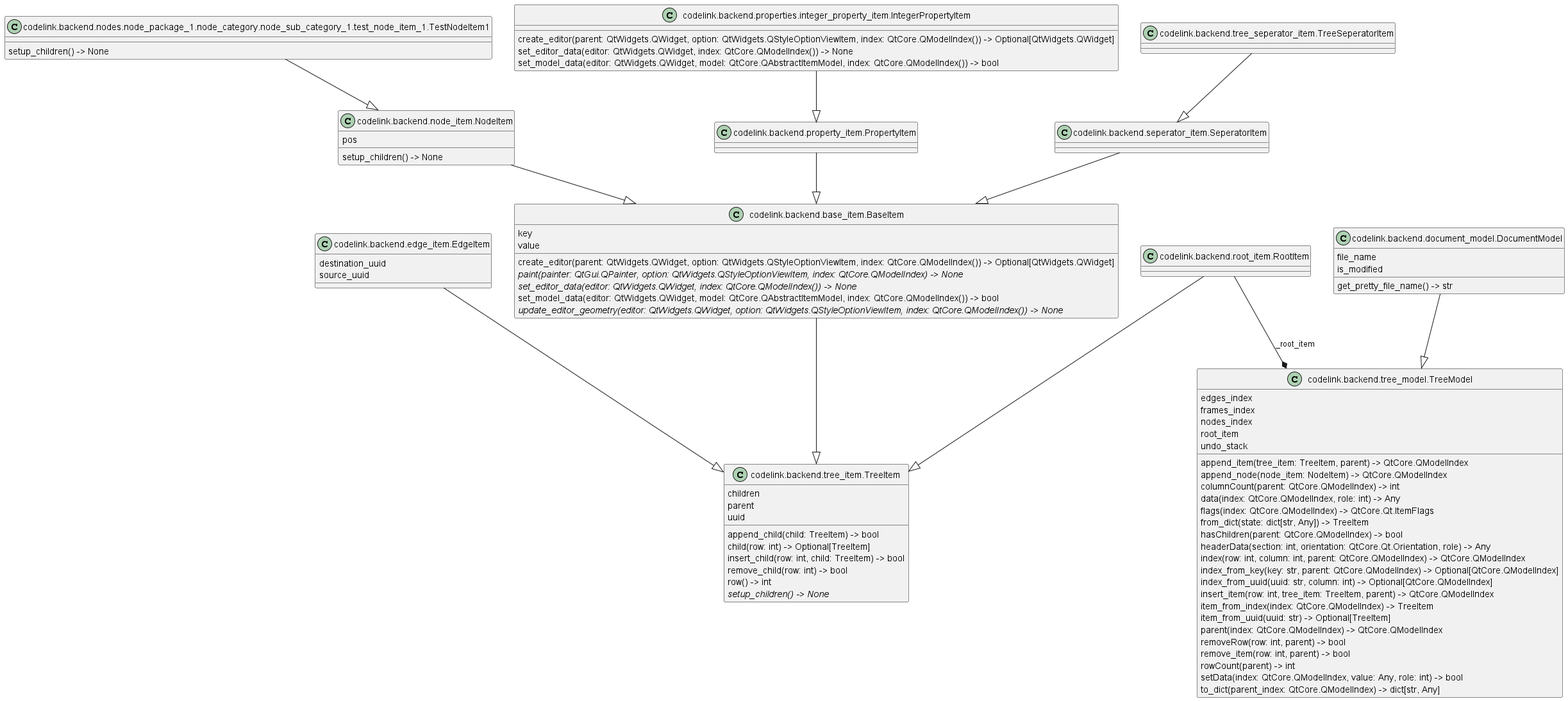
Before: img/backend_classes.png, a diagram exported from PlantUML (j8sr0230/codelink).
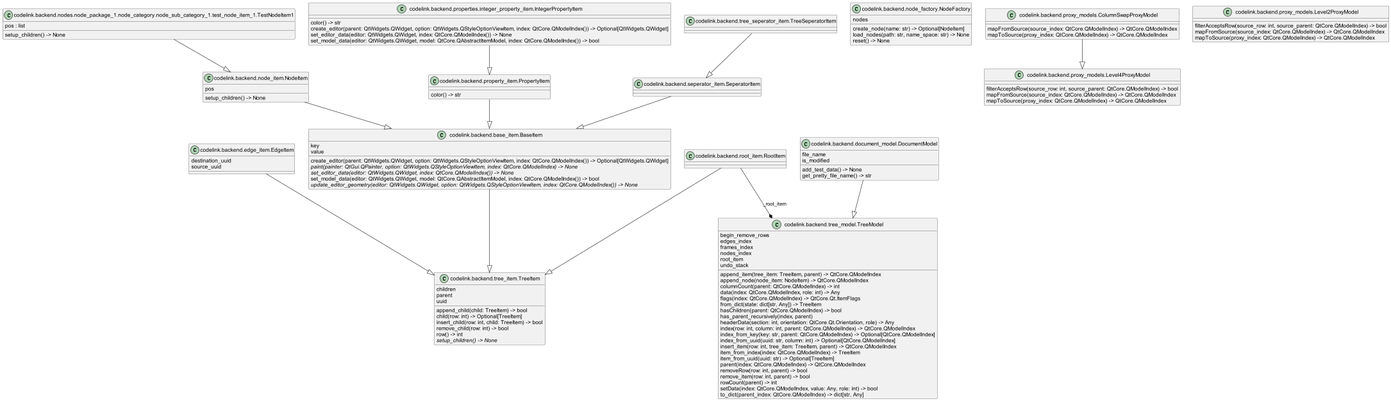
Later version of the same file.

The edit, as a diff of the source:
```diff
@@ -12,25 +12,49 @@
 class "codelink.backend.document_model.DocumentModel" as codelink.backend.document_model.DocumentModel {
   file_name
   is_modified
+  add_test_data() -> None
   get_pretty_file_name() -> str
 }
 class "codelink.backend.edge_item.EdgeItem" as codelink.backend.edge_item.EdgeItem {
   destination_uuid
   source_uuid
 }
+class "codelink.backend.node_factory.NodeFactory" as codelink.backend.node_factory.NodeFactory {
+  nodes
+  create_node(name: str) -> Optional[NodeItem]
+  load_nodes(path: str, name_space: str) -> None
+  reset() -> None
+}
 class "codelink.backend.node_item.NodeItem" as codelink.backend.node_item.NodeItem {
   pos
   setup_children() -> None
 }
 class "codelink.backend.nodes.node_package_1.node_category.node_sub_category_1.test_node_item_1.TestNodeItem1" as codelink.backend.nodes.node_package_1.node_category.node_sub_category_1.test_node_item_1.TestNodeItem1 {
+  pos : list
   setup_children() -> None
 }
 class "codelink.backend.properties.integer_property_item.IntegerPropertyItem" as codelink.backend.properties.integer_property_item.IntegerPropertyItem {
+  color() -> str
   create_editor(parent: QtWidgets.QWidget, option: QtWidgets.QStyleOptionViewItem, index: QtCore.QModelIndex()) -> Optional[QtWidgets.QWidget]
   set_editor_data(editor: QtWidgets.QWidget, index: QtCore.QModelIndex()) -> None
   set_model_data(editor: QtWidgets.QWidget, model: QtCore.QAbstractItemModel, index: QtCore.QModelIndex()) -> bool
 }
 class "codelink.backend.property_item.PropertyItem" as codelink.backend.property_item.PropertyItem {
+  color() -> str
+}
+class "codelink.backend.proxy_models.ColumnSwapProxyModel" as codelink.backend.proxy_models.ColumnSwapProxyModel {
+  mapFromSource(source_index: QtCore.QModelIndex) -> QtCore.QModelIndex
+  mapToSource(proxy_index: QtCore.QModelIndex) -> QtCore.QModelIndex
+}
+class "codelink.backend.proxy_models.Level2ProxyModel" as codelink.backend.proxy_models.Level2ProxyModel {
+  filterAcceptsRow(source_row: int, source_parent: QtCore.QModelIndex) -> bool
+  mapFromSource(source_index: QtCore.QModelIndex) -> QtCore.QModelIndex
+  mapToSource(proxy_index: QtCore.QModelIndex) -> QtCore.QModelIndex
+}
+class "codelink.backend.proxy_models.Level4ProxyModel" as codelink.backend.proxy_models.Level4ProxyModel {
+  filterAcceptsRow(source_row: int, source_parent: QtCore.QModelIndex) -> bool
+  mapFromSource(source_index: QtCore.QModelIndex) -> QtCore.QModelIndex
+  mapToSource(proxy_index: QtCore.QModelIndex) -> QtCore.QModelIndex
 }
 class "codelink.backend.root_item.RootItem" as codelink.backend.root_item.RootItem {
 }
@@ -48,6 +72,7 @@
   {abstract}setup_children() -> None
 }
 class "codelink.backend.tree_model.TreeModel" as codelink.backend.tree_model.TreeModel {
+  begin_remove_rows
   edges_index
   frames_index
   nodes_index
@@ -60,6 +85,7 @@
   flags(index: QtCore.QModelIndex) -> QtCore.Qt.ItemFlags
   from_dict(state: dict[str, Any]) -> TreeItem
   hasChildren(parent: QtCore.QModelIndex) -> bool
+  has_parent_recursively(index, parent)
   headerData(section: int, orientation: QtCore.Qt.Orientation, role) -> Any
   index(row: int, column: int, parent: QtCore.QModelIndex) -> QtCore.QModelIndex
   index_from_key(key: str, parent: QtCore.QModelIndex) -> Optional[QtCore.QModelIndex]
@@ -83,6 +109,7 @@
 codelink.backend.nodes.node_package_1.node_category.node_sub_category_1.test_node_item_1.TestNodeItem1 --|> codelink.backend.node_item.NodeItem
 codelink.backend.properties.integer_property_item.IntegerPropertyItem --|> codelink.backend.property_item.PropertyItem
 codelink.backend.property_item.PropertyItem --|> codelink.backend.base_item.BaseItem
+codelink.backend.proxy_models.ColumnSwapProxyModel --|> codelink.backend.proxy_models.Level4ProxyModel
 codelink.backend.root_item.RootItem --|> codelink.backend.tree_item.TreeItem
 codelink.backend.seperator_item.SeperatorItem --|> codelink.backend.base_item.BaseItem
 codelink.backend.tree_seperator_item.TreeSeperatorItem --|> codelink.backend.seperator_item.SeperatorItem
```
